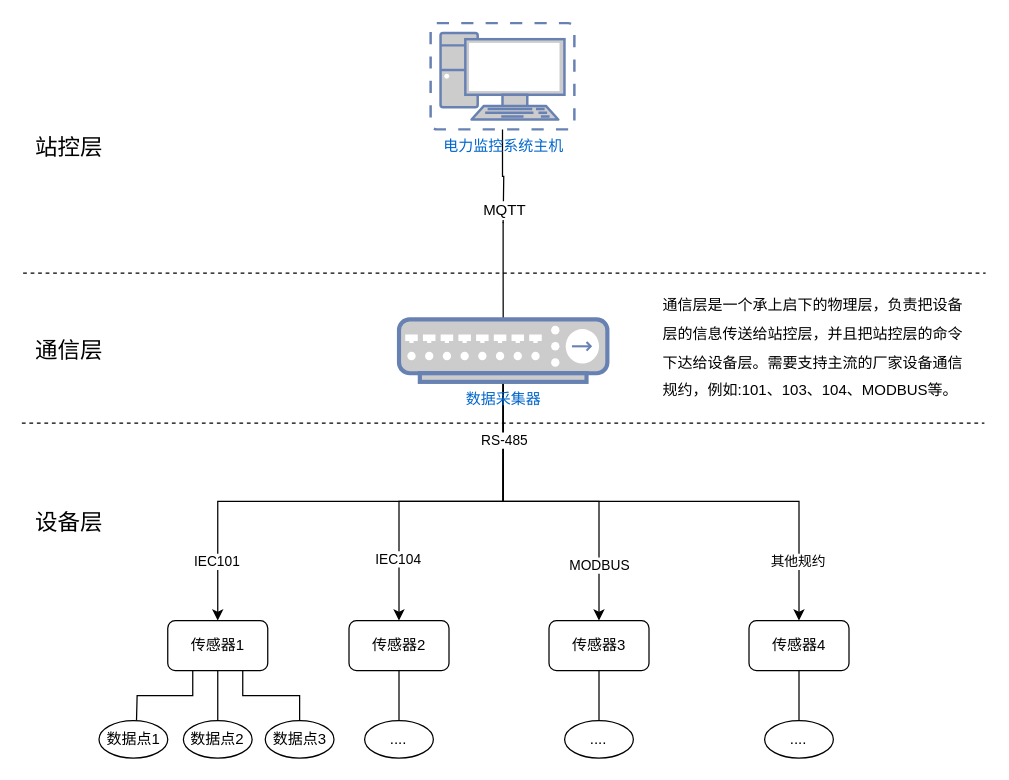
Earlier version of the draw.io diagram 上海金桥项目数据采集和平台通讯图.drawio (wangyufei0807/draw). Source tidied: cells renumbered, new cells numbered last; positions are measured from the earlier drawing's top-left corner, leaving out a move shared by most shapes. Both pictures are drawn from the tidied source at 125%, with x=0, y=0 at pixel (21, 22).
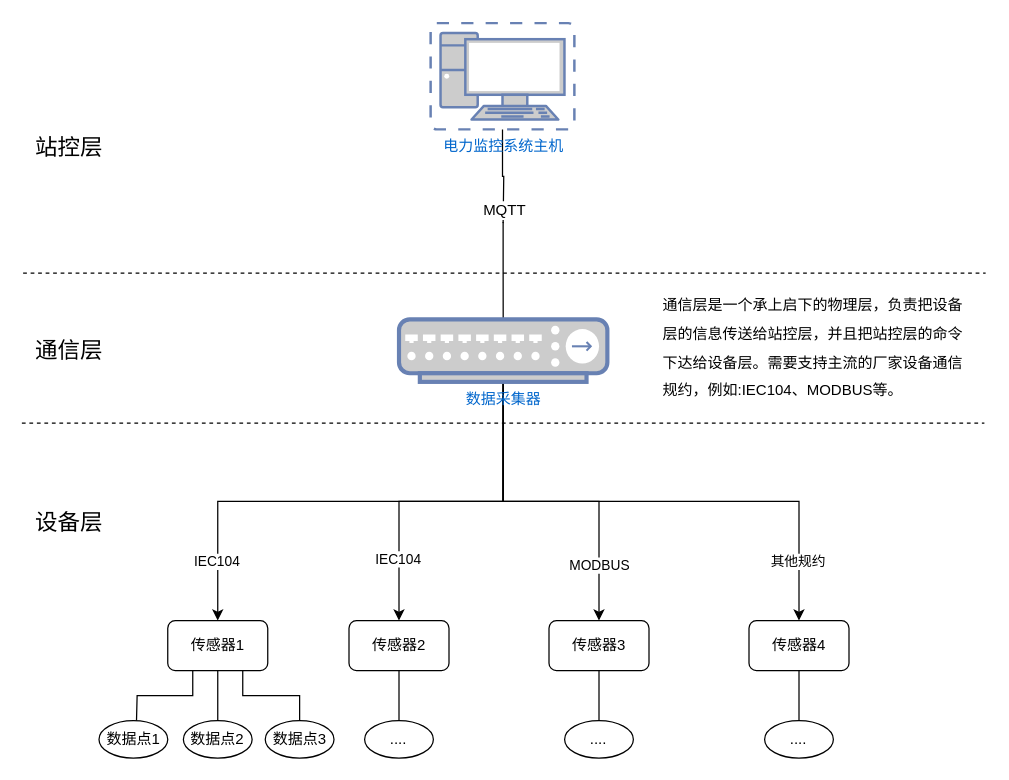
The same page after the edit.

Commit message:
更新上海金桥项目数据采集和平台通讯图.drawio

Unchanged cells that the change refers to:
```xml
<mxCell id="2" style="edgeStyle=orthogonalEdgeStyle;rounded=0;jettySize=auto;html=1;exitX=0.5;exitY=1;exitDx=0;exitDy=0;exitPerimeter=0;entryX=0.5;entryY=0;entryDx=0;entryDy=0;" parent="1" edge="1" source="11" target="15">
  <mxGeometry relative="1" as="geometry" />
</mxCell>
<mxCell id="7" style="edgeStyle=orthogonalEdgeStyle;rounded=0;jettySize=auto;html=1;exitX=0.5;exitY=1;exitDx=0;exitDy=0;exitPerimeter=0;entryX=0.5;entryY=0;entryDx=0;entryDy=0;" parent="1" edge="1" source="11" target="21">
  <mxGeometry relative="1" as="geometry" />
</mxCell>
```

What changed in the source:
```diff
@@
-    <mxCell id="3" value="IEC101" style="edgeLabel;html=1;align=center;verticalAlign=middle;" parent="2" vertex="1">
+    <mxCell id="3" value="IEC104" style="edgeLabel;html=1;align=center;verticalAlign=middle;" parent="2" vertex="1">
       <mxGeometry x="0.35" y="-1" relative="1" as="geometry">
         <mxPoint x="-42.3" y="49" as="offset" />
       </mxGeometry>
     </mxCell>
@@
-    <mxCell id="8" value="RS-485" style="edgeLabel;html=1;align=center;verticalAlign=middle;" parent="7" vertex="1">
-      <mxGeometry x="-0.8" relative="1" as="geometry">
-        <mxPoint y="4" as="offset" />
-      </mxGeometry>
-    </mxCell>
@@
-    <mxCell id="37" value="&lt;p style=&quot;line-height: 190%&quot;&gt;通信层是一个承上启下的物理层，负责把设备&lt;br&gt;层的信息传送给站控层，并且把站控层的命令&lt;br&gt;下达给设备层。需要支持主流的厂家设备通信&lt;br&gt;规约，例如:101、103、104、MODBUS等。&lt;/p&gt;" style="text;html=1;align=left;verticalAlign=middle;fontSize=12;" parent="1" vertex="1">
+    <mxCell id="37" value="&lt;p style=&quot;line-height: 190%&quot;&gt;通信层是一个承上启下的物理层，负责把设备&lt;br&gt;层的信息传送给站控层，并且把站控层的命令&lt;br&gt;下达给设备层。需要支持主流的厂家设备通信&lt;br&gt;规约，例如:IEC104、MODBUS等。&lt;/p&gt;" style="text;html=1;align=left;verticalAlign=middle;fontSize=12;" parent="1" vertex="1">
       <mxGeometry x="511" y="200" width="260" height="120" as="geometry" />
     </mxCell>
```
